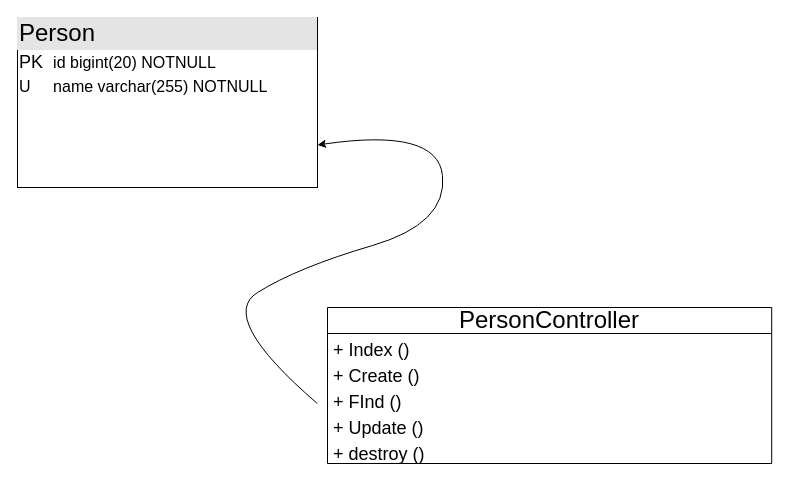
Before: UML Diagram Stage_two.drawio in piouskenny/hngx_task_two, a draw.io diagram. Source tidied: cells renumbered, new cells numbered last; positions are measured from the earlier drawing's top-left corner, leaving out a move shared by most shapes. Both pictures are drawn from the tidied source at 100%, with x=0, y=0 at pixel (17, 17).
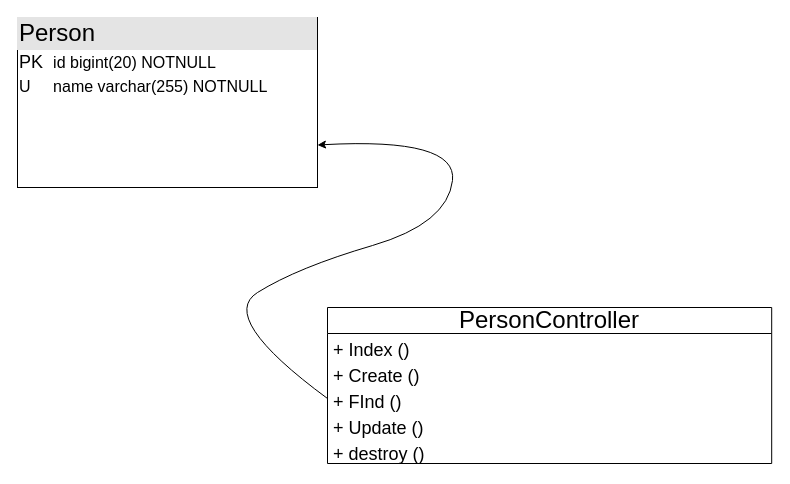
The same diagram, later.

The edit, as a diff of the source:
```diff
@@
 <mxGraphModel>
   <root>
     <mxCell id="0" />
     <mxCell id="1" parent="0" />
     <mxCell id="2" value="&lt;div style=&quot;box-sizing:border-box;width:100%;background:#e4e4e4;padding:2px;&quot;&gt;&lt;font style=&quot;font-size: 24px;&quot;&gt;Person&lt;/font&gt;&lt;/div&gt;&lt;table style=&quot;width: 100%;&quot; cellpadding=&quot;2&quot; cellspacing=&quot;0&quot;&gt;&lt;tbody&gt;&lt;tr&gt;&lt;td&gt;&lt;font style=&quot;font-size: 18px;&quot;&gt;PK&lt;/font&gt;&lt;/td&gt;&lt;td&gt;&lt;font size=&quot;3&quot;&gt;id bigint(20) NOTNULL&lt;/font&gt;&lt;/td&gt;&lt;/tr&gt;&lt;tr&gt;&lt;td&gt;&lt;font size=&quot;3&quot;&gt;U&lt;/font&gt;&lt;/td&gt;&lt;td&gt;&lt;font size=&quot;3&quot;&gt;name varchar(255) NOTNULL&lt;/font&gt;&lt;/td&gt;&lt;/tr&gt;&lt;tr&gt;&lt;td&gt;&lt;/td&gt;&lt;td&gt;&lt;font size=&quot;3&quot;&gt;&lt;br&gt;&lt;/font&gt;&lt;/td&gt;&lt;/tr&gt;&lt;/tbody&gt;&lt;/table&gt;" style="verticalAlign=top;align=left;overflow=fill;html=1;whiteSpace=wrap;" parent="1" vertex="1">
       <mxGeometry width="300" height="170" as="geometry" />
     </mxCell>
     <mxCell id="3" value="&lt;font style=&quot;font-size: 24px;&quot;&gt;PersonController&lt;/font&gt;" style="swimlane;fontStyle=0;horizontal=1;startSize=26;fillColor=none;whiteSpace=wrap;html=1;" parent="1" vertex="1">
       <mxGeometry x="310" y="290" width="444.2" height="156" as="geometry" />
     </mxCell>
     <mxCell id="4" value="&lt;font style=&quot;font-size: 18px;&quot;&gt;+ Index ()&lt;/font&gt;" style="text;strokeColor=none;fillColor=none;align=left;verticalAlign=top;spacingLeft=4;spacingRight=4;overflow=hidden;whiteSpace=wrap;html=1;" parent="3" vertex="1">
       <mxGeometry y="26" width="444.2" height="26" as="geometry" />
     </mxCell>
     <mxCell id="5" value="&lt;font style=&quot;font-size: 18px;&quot;&gt;+ Create ()&lt;/font&gt;" style="text;strokeColor=none;fillColor=none;align=left;verticalAlign=top;spacingLeft=4;spacingRight=4;overflow=hidden;whiteSpace=wrap;html=1;" parent="3" vertex="1">
       <mxGeometry y="52" width="444.2" height="26" as="geometry" />
     </mxCell>
     <mxCell id="6" value="&lt;font style=&quot;font-size: 18px;&quot;&gt;+ FInd ()&lt;/font&gt;" style="text;strokeColor=none;fillColor=none;align=left;verticalAlign=top;spacingLeft=4;spacingRight=4;overflow=hidden;points=[[0,0.5],[1,0.5]];portConstraint=eastwest;whiteSpace=wrap;html=1;" parent="3" vertex="1">
       <mxGeometry y="78" width="444.2" height="26" as="geometry" />
     </mxCell>
     <mxCell id="7" value="&lt;font style=&quot;font-size: 18px;&quot;&gt;+ Update ()&lt;/font&gt;" style="text;strokeColor=none;fillColor=none;align=left;verticalAlign=top;spacingLeft=4;spacingRight=4;overflow=hidden;points=[[0,0.5],[1,0.5]];portConstraint=eastwest;whiteSpace=wrap;html=1;" parent="3" vertex="1">
       <mxGeometry y="104" width="444.2" height="26" as="geometry" />
     </mxCell>
     <mxCell id="8" value="&lt;font style=&quot;font-size: 18px;&quot;&gt;+ destroy ()&lt;/font&gt;" style="text;strokeColor=none;fillColor=none;align=left;verticalAlign=top;spacingLeft=4;spacingRight=4;overflow=hidden;whiteSpace=wrap;html=1;" parent="3" vertex="1">
       <mxGeometry y="130" width="444.2" height="26" as="geometry" />
     </mxCell>
-    <mxCell id="9" style="curved=1;endArrow=classic;html=1;rounded=0;entryX=1;entryY=0.75;entryDx=0;entryDy=0;exitX=-0.023;exitY=-0.308;exitDx=0;exitDy=0;exitPerimeter=0;" parent="1" edge="1" source="7" target="2">
+    <mxCell id="9" style="curved=1;endArrow=classic;html=1;rounded=0;entryX=1;entryY=0.75;entryDx=0;entryDy=0;exitX=0;exitY=0.5;exitDx=0;exitDy=0;" parent="1" edge="1" source="6" target="2">
       <mxGeometry relative="1" as="geometry">
         <Array as="points">
           <mxPoint x="200" y="300" />
           <mxPoint x="280" y="250" />
           <mxPoint x="430" y="206" />
-          <mxPoint x="420" y="110" />
+          <mxPoint x="440" y="120" />
         </Array>
       </mxGeometry>
     </mxCell>
   </root>
 </mxGraphModel>
```
